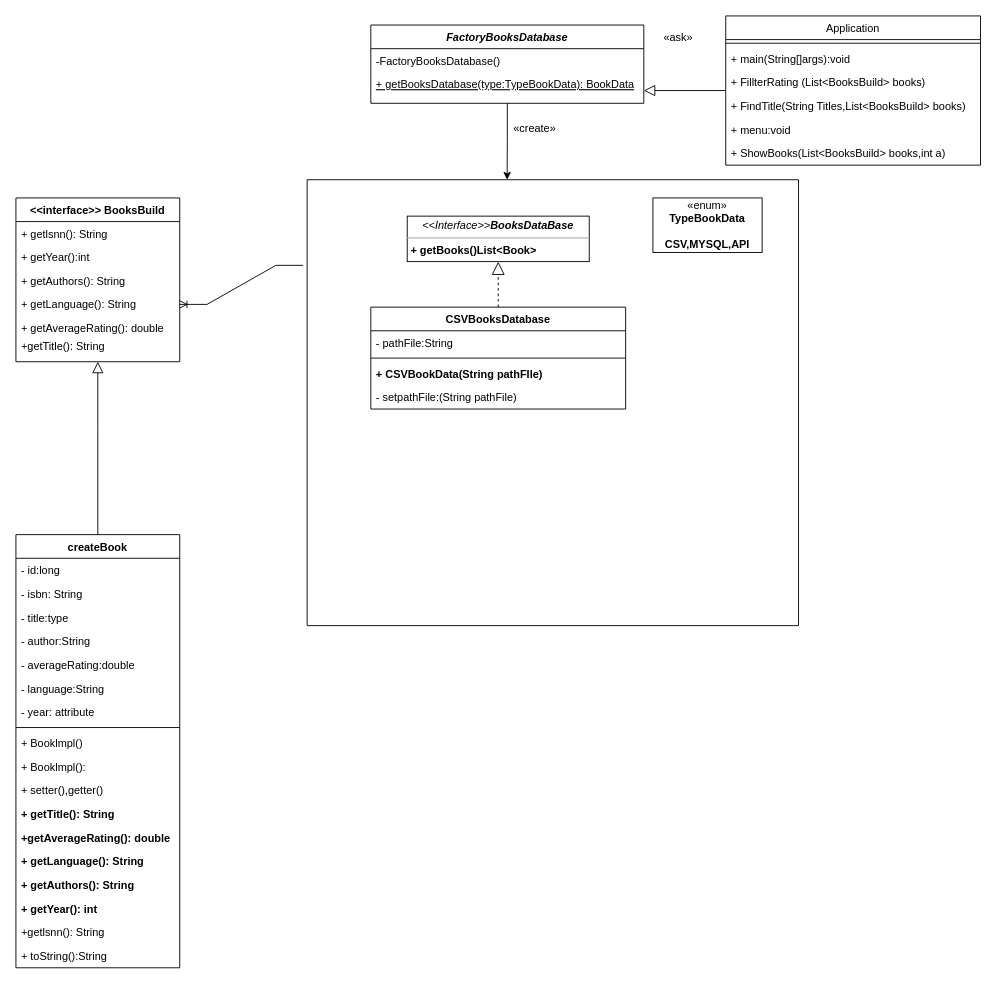
Above: Biểu đồ không có tiêu đề.drawio in khanh8603/khanh8603 (draw.io), before the change. Source tidied: cells renumbered, new cells numbered last; positions are measured from the earlier drawing's top-left corner, leaving out a move shared by most shapes. Both pictures are drawn from the tidied source at 91%, with x=0, y=0 at pixel (15, 15).
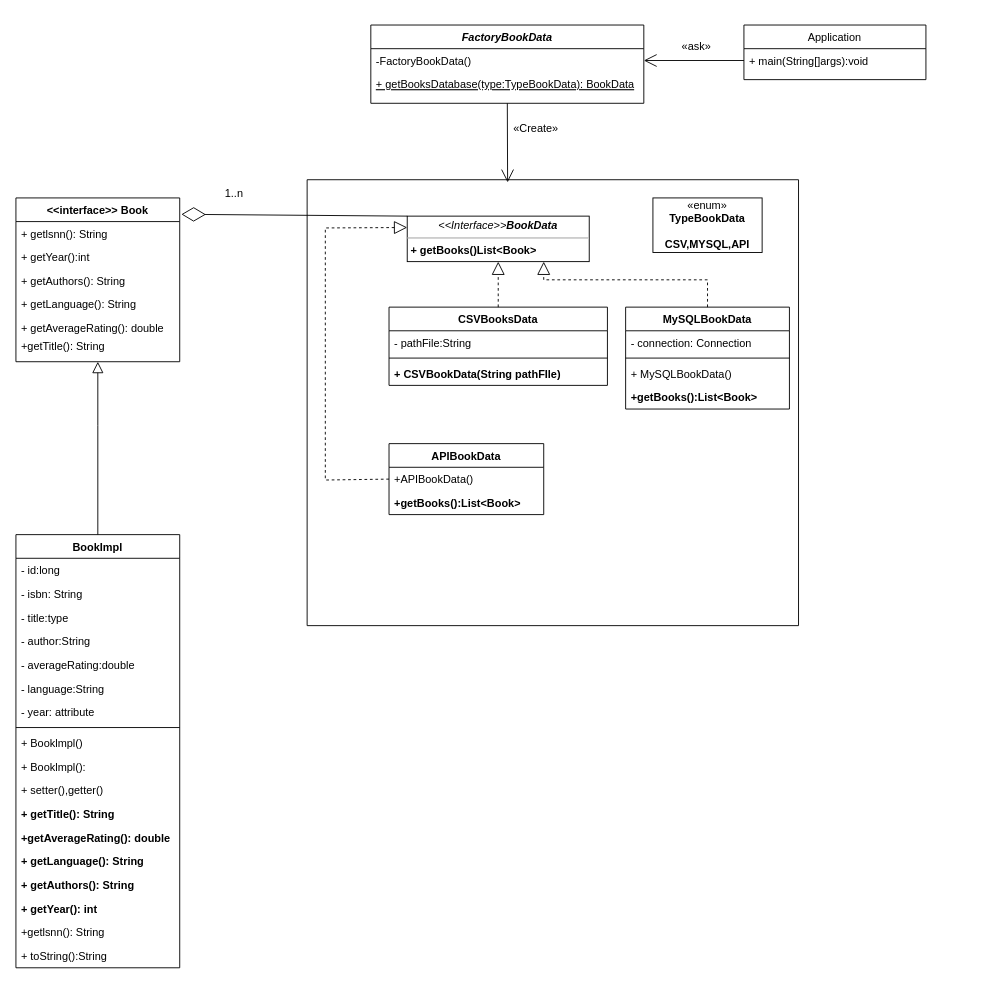
After the change.

Commit message:
Cập nhật Biểu đồ không có tiêu đề.drawio

Unchanged cells that the change refers to:
```xml
<mxCell id="37" value="+ getLanguage(): String" style="text;align=left;verticalAlign=top;spacingLeft=4;spacingRight=4;overflow=hidden;points=[[0,0.5],[1,0.5]];portConstraint=eastwest;rounded=0;shadow=0;html=0;" parent="33" vertex="1">
  <mxGeometry y="104" width="180" height="26" as="geometry" />
</mxCell>
<mxCell id="41" style="swimlane;startSize=0;" parent="1" vertex="1">
  <mxGeometry x="320" y="180" width="540" height="490" as="geometry" />
</mxCell>
```

Diff of the diagram source:
```diff
@@
-    <mxCell id="2" value="FactoryBooksDatabase" style="swimlane;fontStyle=3;align=center;verticalAlign=top;horizontal=1;startSize=26;rounded=0;shadow=0;strokeWidth=1;" parent="1" vertex="1">
+    <mxCell id="2" value="FactoryBookData" style="swimlane;fontStyle=3;align=center;verticalAlign=top;horizontal=1;startSize=26;rounded=0;shadow=0;strokeWidth=1;" parent="1" vertex="1">
       <mxGeometry x="390" y="10" width="300" height="86" as="geometry" />
     </mxCell>
-    <mxCell id="3" value="-FactoryBooksDatabase()" style="text;align=left;verticalAlign=top;spacingLeft=4;spacingRight=4;overflow=hidden;points=[[0,0.5],[1,0.5]];portConstraint=eastwest;" parent="2" vertex="1">
+    <mxCell id="3" value="-FactoryBookData()" style="text;align=left;verticalAlign=top;spacingLeft=4;spacingRight=4;overflow=hidden;points=[[0,0.5],[1,0.5]];portConstraint=eastwest;" parent="2" vertex="1">
       <mxGeometry y="26" width="300" height="26" as="geometry" />
     </mxCell>
@@
-    <mxCell id="5" value="createBook" style="swimlane;fontStyle=1;align=center;verticalAlign=top;horizontal=1;startSize=26;rounded=0;shadow=0;strokeWidth=1;" parent="1" vertex="1">
+    <mxCell id="5" value="BookImpl" style="swimlane;fontStyle=1;align=center;verticalAlign=top;horizontal=1;startSize=26;rounded=0;shadow=0;strokeWidth=1;" parent="1" vertex="1">
       <mxGeometry y="570" width="180" height="476" as="geometry" />
     </mxCell>
@@
     <mxCell id="25" value="Application&#10;" style="swimlane;fontStyle=0;align=center;verticalAlign=top;horizontal=1;startSize=26;rounded=0;shadow=0;strokeWidth=1;" parent="1" vertex="1">
-      <mxGeometry x="780" width="280" height="164" as="geometry" />
+      <mxGeometry x="800" y="10" width="200" height="60" as="geometry" />
     </mxCell>
-    <mxCell id="26" style="line;html=1;strokeWidth=1;align=left;verticalAlign=middle;spacingTop=-1;spacingLeft=3;spacingRight=3;labelPosition=right;" parent="25" vertex="1">
-      <mxGeometry y="26" width="280" height="8" as="geometry" />
-    </mxCell>
     <mxCell id="27" value="+ main(String[]args):void" style="text;strokeColor=none;fillColor=none;align=left;verticalAlign=top;spacingLeft=4;spacingRight=4;overflow=hidden;points=[[0,0.5],[1,0.5]];portConstraint=eastwest;whiteSpace=wrap;html=1;" parent="25" vertex="1">
-      <mxGeometry y="34" width="280" height="26" as="geometry" />
+      <mxGeometry y="26" width="200" height="26" as="geometry" />
     </mxCell>
-    <mxCell id="28" value="+ FillterRating (List&amp;lt;BooksBuild&amp;gt; books)" style="text;strokeColor=none;fillColor=none;align=left;verticalAlign=top;spacingLeft=4;spacingRight=4;overflow=hidden;whiteSpace=wrap;html=1;" parent="25" vertex="1">
-      <mxGeometry y="60" width="280" height="26" as="geometry" />
-    </mxCell>
-    <mxCell id="29" value="+ FindTitle(String Titles,List&amp;lt;BooksBuild&amp;gt; books)" style="text;strokeColor=none;fillColor=none;align=left;verticalAlign=top;spacingLeft=4;spacingRight=4;overflow=hidden;whiteSpace=wrap;html=1;" parent="25" vertex="1">
-      <mxGeometry y="86" width="280" height="26" as="geometry" />
-    </mxCell>
-    <mxCell id="30" value="+ menu:void" style="text;strokeColor=none;fillColor=none;align=left;verticalAlign=top;spacingLeft=4;spacingRight=4;overflow=hidden;whiteSpace=wrap;html=1;" parent="25" vertex="1">
-      <mxGeometry y="112" width="280" height="26" as="geometry" />
-    </mxCell>
-    <mxCell id="31" value="+ ShowBooks(List&amp;lt;BooksBuild&amp;gt; books,int a)" style="text;strokeColor=none;fillColor=none;align=left;verticalAlign=top;spacingLeft=4;spacingRight=4;overflow=hidden;whiteSpace=wrap;html=1;" parent="25" vertex="1">
-      <mxGeometry y="138" width="280" height="26" as="geometry" />
-    </mxCell>
-    <mxCell id="32" style="endArrow=block;endSize=10;endFill=0;shadow=0;strokeWidth=1;rounded=0;edgeStyle=elbowEdgeStyle;elbow=vertical;exitX=0;exitY=0.5;exitDx=0;exitDy=0;" parent="1" edge="1" source="25" target="2">
-      <mxGeometry relative="1" as="geometry" />
-    </mxCell>
-    <mxCell id="33" value="&lt;&lt;interface&gt;&gt; BooksBuild" style="swimlane;fontStyle=1;align=center;verticalAlign=top;horizontal=1;startSize=26;rounded=0;shadow=0;strokeWidth=1;whiteSpace=wrap;" parent="1" vertex="1">
+    <mxCell id="33" value="&lt;&lt;interface&gt;&gt; Book" style="swimlane;fontStyle=1;align=center;verticalAlign=top;horizontal=1;startSize=26;rounded=0;shadow=0;strokeWidth=1;whiteSpace=wrap;" parent="1" vertex="1">
       <mxGeometry y="200" width="180" height="180" as="geometry" />
     </mxCell>
@@
-    <mxCell id="40" value="«create»" style="text;whiteSpace=wrap;html=1;" parent="1" vertex="1">
+    <mxCell id="40" value="«Create»" style="text;whiteSpace=wrap;html=1;" parent="1" vertex="1">
       <mxGeometry x="545" y="110" width="90" height="40" as="geometry" />
     </mxCell>
@@
-    <mxCell id="43" value="CSVBooksDatabase" style="swimlane;fontStyle=1;align=center;verticalAlign=top;horizontal=1;startSize=26;whiteSpace=wrap;html=1;" parent="41" vertex="1">
-      <mxGeometry x="70" y="140" width="280" height="112" as="geometry" />
+    <mxCell id="43" value="CSVBooksData" style="swimlane;fontStyle=1;align=center;verticalAlign=top;horizontal=1;startSize=26;whiteSpace=wrap;html=1;" parent="41" vertex="1">
+      <mxGeometry x="90" y="140" width="240" height="86" as="geometry" />
     </mxCell>
     <mxCell id="44" value="- pathFile:String" style="text;strokeColor=none;fillColor=none;align=left;verticalAlign=top;spacingLeft=4;spacingRight=4;overflow=hidden;whiteSpace=wrap;html=1;" parent="43" vertex="1">
-      <mxGeometry y="26" width="280" height="26" as="geometry" />
+      <mxGeometry y="26" width="240" height="26" as="geometry" />
     </mxCell>
     <mxCell id="45" style="line;strokeWidth=1;fillColor=none;align=left;verticalAlign=middle;spacingTop=-1;spacingLeft=3;spacingRight=3;labelPosition=right;strokeColor=inherit;" parent="43" vertex="1">
-      <mxGeometry y="52" width="280" height="8" as="geometry" />
+      <mxGeometry y="52" width="240" height="8" as="geometry" />
     </mxCell>
     <mxCell id="46" value="&lt;b style=&quot;border-color: var(--border-color);&quot;&gt;&lt;b style=&quot;border-color: var(--border-color);&quot;&gt;+ CSVBookData(String pathFIle)&lt;/b&gt;&lt;br style=&quot;border-color: var(--border-color);&quot;&gt;&lt;/b&gt;" style="text;strokeColor=none;fillColor=none;align=left;verticalAlign=top;spacingLeft=4;spacingRight=4;overflow=hidden;whiteSpace=wrap;html=1;" parent="43" vertex="1">
-      <mxGeometry y="60" width="280" height="26" as="geometry" />
+      <mxGeometry y="60" width="240" height="26" as="geometry" />
     </mxCell>
-    <mxCell id="47" value="- setpathFile:(String pathFile)" style="text;strokeColor=none;fillColor=none;align=left;verticalAlign=top;spacingLeft=4;spacingRight=4;overflow=hidden;whiteSpace=wrap;html=1;" parent="43" vertex="1">
-      <mxGeometry y="86" width="280" height="26" as="geometry" />
-    </mxCell>
-    <mxCell id="48" value="&lt;p style=&quot;margin:0px;margin-top:4px;text-align:center;&quot;&gt;&lt;i&gt;&amp;lt;&amp;lt;Interface&amp;gt;&amp;gt;&lt;b&gt;BooksDataBase&lt;/b&gt;&lt;/i&gt;&lt;br&gt;&lt;/p&gt;&lt;hr size=&quot;1&quot;&gt;&lt;p style=&quot;margin:0px;margin-left:4px;&quot;&gt;&lt;b&gt;+ getBooks()List&amp;lt;Book&amp;gt;&lt;/b&gt;&lt;br&gt;&lt;/p&gt;" style="verticalAlign=top;align=left;overflow=fill;fontSize=12;fontFamily=Helvetica;html=1;whiteSpace=wrap;" parent="41" vertex="1">
+    <mxCell id="48" value="&lt;p style=&quot;margin:0px;margin-top:4px;text-align:center;&quot;&gt;&lt;i&gt;&amp;lt;&amp;lt;Interface&amp;gt;&amp;gt;&lt;b&gt;BookData&lt;/b&gt;&lt;/i&gt;&lt;br&gt;&lt;/p&gt;&lt;hr size=&quot;1&quot;&gt;&lt;p style=&quot;margin:0px;margin-left:4px;&quot;&gt;&lt;b&gt;+ getBooks()List&amp;lt;Book&amp;gt;&lt;/b&gt;&lt;br&gt;&lt;/p&gt;" style="verticalAlign=top;align=left;overflow=fill;fontSize=12;fontFamily=Helvetica;html=1;whiteSpace=wrap;" parent="41" vertex="1">
       <mxGeometry x="110" y="40" width="200" height="50" as="geometry" />
     </mxCell>
@@
+    <mxCell id="53" value="MySQLBookData" style="swimlane;fontStyle=1;align=center;verticalAlign=top;horizontal=1;startSize=26;whiteSpace=wrap;html=1;" parent="41" vertex="1">
+      <mxGeometry x="350" y="140" width="180" height="112" as="geometry" />
+    </mxCell>
+    <mxCell id="54" value="- connection: Connection" style="text;strokeColor=none;fillColor=none;align=left;verticalAlign=top;spacingLeft=4;spacingRight=4;overflow=hidden;whiteSpace=wrap;html=1;" parent="53" vertex="1">
+      <mxGeometry y="26" width="180" height="26" as="geometry" />
+    </mxCell>
+    <mxCell id="55" style="line;strokeWidth=1;fillColor=none;align=left;verticalAlign=middle;spacingTop=-1;spacingLeft=3;spacingRight=3;labelPosition=right;strokeColor=inherit;" parent="53" vertex="1">
+      <mxGeometry y="52" width="180" height="8" as="geometry" />
+    </mxCell>
+    <mxCell id="56" value="&lt;span style=&quot;border-color: var(--border-color);&quot;&gt;&lt;span style=&quot;border-color: var(--border-color);&quot;&gt;+ MySQLBookData()&lt;/span&gt;&lt;br style=&quot;border-color: var(--border-color);&quot;&gt;&lt;/span&gt;" style="text;strokeColor=none;fillColor=none;align=left;verticalAlign=top;spacingLeft=4;spacingRight=4;overflow=hidden;whiteSpace=wrap;html=1;" parent="53" vertex="1">
+      <mxGeometry y="60" width="180" height="26" as="geometry" />
+    </mxCell>
+    <mxCell id="57" value="&lt;b style=&quot;border-color: var(--border-color);&quot;&gt;+getBooks():List&amp;lt;Book&amp;gt;&lt;br style=&quot;border-color: var(--border-color);&quot;&gt;&lt;/b&gt;" style="text;strokeColor=none;fillColor=none;align=left;verticalAlign=top;spacingLeft=4;spacingRight=4;overflow=hidden;whiteSpace=wrap;html=1;" parent="53" vertex="1">
+      <mxGeometry y="86" width="180" height="26" as="geometry" />
+    </mxCell>
+    <mxCell id="58" style="endArrow=block;dashed=1;endFill=0;endSize=12;html=1;rounded=0;exitX=0.5;exitY=0;exitDx=0;exitDy=0;entryX=0.75;entryY=1;entryDx=0;entryDy=0;" parent="41" edge="1" source="53" target="48">
+      <mxGeometry relative="1" as="geometry">
+        <Array as="points">
+          <mxPoint x="440" y="110" />
+          <mxPoint x="340" y="110" />
+          <mxPoint x="260" y="110" />
+        </Array>
+      </mxGeometry>
+    </mxCell>
+    <mxCell id="59" value="APIBookData" style="swimlane;fontStyle=1;align=center;verticalAlign=top;horizontal=1;startSize=26;whiteSpace=wrap;html=1;" parent="41" vertex="1">
+      <mxGeometry x="90" y="290" width="170" height="78" as="geometry" />
+    </mxCell>
+    <mxCell id="60" value="+APIBookData()" style="text;strokeColor=none;fillColor=none;align=left;verticalAlign=top;spacingLeft=4;spacingRight=4;overflow=hidden;whiteSpace=wrap;html=1;" parent="59" vertex="1">
+      <mxGeometry y="26" width="170" height="26" as="geometry" />
+    </mxCell>
+    <mxCell id="61" value="&lt;b style=&quot;border-color: var(--border-color);&quot;&gt;+getBooks():List&amp;lt;Book&amp;gt;&lt;br style=&quot;border-color: var(--border-color);&quot;&gt;&lt;/b&gt;" style="text;strokeColor=none;fillColor=none;align=left;verticalAlign=top;spacingLeft=4;spacingRight=4;overflow=hidden;whiteSpace=wrap;html=1;" parent="59" vertex="1">
+      <mxGeometry y="52" width="170" height="26" as="geometry" />
+    </mxCell>
+    <mxCell id="52" value="«ask»" style="text;whiteSpace=wrap;html=1;" parent="1" vertex="1">
+      <mxGeometry x="730" y="20" width="40" height="20" as="geometry" />
+    </mxCell>
+    <mxCell id="62" style="endArrow=block;dashed=1;endFill=0;endSize=12;html=1;rounded=0;exitX=0;exitY=0.5;exitDx=0;exitDy=0;entryX=0;entryY=0.25;entryDx=0;entryDy=0;" parent="1" edge="1" target="48">
+      <mxGeometry relative="1" as="geometry">
+        <mxPoint x="410" y="509" as="sourcePoint" />
+        <Array as="points">
+          <mxPoint x="340" y="510" />
+          <mxPoint x="340" y="233" />
+        </Array>
+      </mxGeometry>
+    </mxCell>
+    <mxCell id="63" style="endArrow=open;endFill=1;endSize=12;html=1;rounded=0;entryX=1;entryY=0.5;entryDx=0;entryDy=0;exitX=0;exitY=0.5;exitDx=0;exitDy=0;" parent="1" edge="1" source="27" target="3">
+      <mxGeometry relative="1" as="geometry" />
+    </mxCell>
-    <mxCell id="50" style="edgeStyle=orthogonalEdgeStyle;rounded=0;jettySize=auto;html=1;exitX=0.5;exitY=1;exitDx=0;exitDy=0;entryX=0.407;entryY=0;entryDx=0;entryDy=0;entryPerimeter=0;" parent="1" edge="1" source="2" target="41">
+    <mxCell id="50" style="endArrow=open;endFill=1;endSize=12;html=1;rounded=0;exitX=0.5;exitY=1;exitDx=0;exitDy=0;entryX=0.408;entryY=0.006;entryDx=0;entryDy=0;entryPerimeter=0;" parent="1" edge="1" source="2" target="41">
       <mxGeometry relative="1" as="geometry" />
     </mxCell>
-    <mxCell id="51" style="edgeStyle=entityRelationEdgeStyle;fontSize=12;html=1;endArrow=ERoneToMany;rounded=0;exitX=-0.008;exitY=0.192;exitDx=0;exitDy=0;exitPerimeter=0;entryX=1;entryY=0.5;entryDx=0;entryDy=0;" parent="1" edge="1" source="41" target="37">
-      <mxGeometry relative="1" as="geometry" />
-    </mxCell>
-    <mxCell id="52" value="«ask»" style="text;whiteSpace=wrap;html=1;" parent="1" vertex="1">
-      <mxGeometry x="710" y="10" width="90" height="40" as="geometry" />
-    </mxCell>
+    <mxCell id="64" style="endArrow=diamondThin;endFill=0;endSize=24;html=1;rounded=0;exitX=0;exitY=0;exitDx=0;exitDy=0;entryX=1.01;entryY=0.1;entryDx=0;entryDy=0;entryPerimeter=0;" parent="1" edge="1" source="48" target="33">
+      <mxGeometry relative="1" as="geometry" />
+    </mxCell>
+    <mxCell id="65" value="1..n" style="text;html=1;strokeColor=none;fillColor=none;align=center;verticalAlign=middle;whiteSpace=wrap;rounded=0;" parent="1" vertex="1">
+      <mxGeometry x="210" y="180" width="60" height="30" as="geometry" />
+    </mxCell>
```
